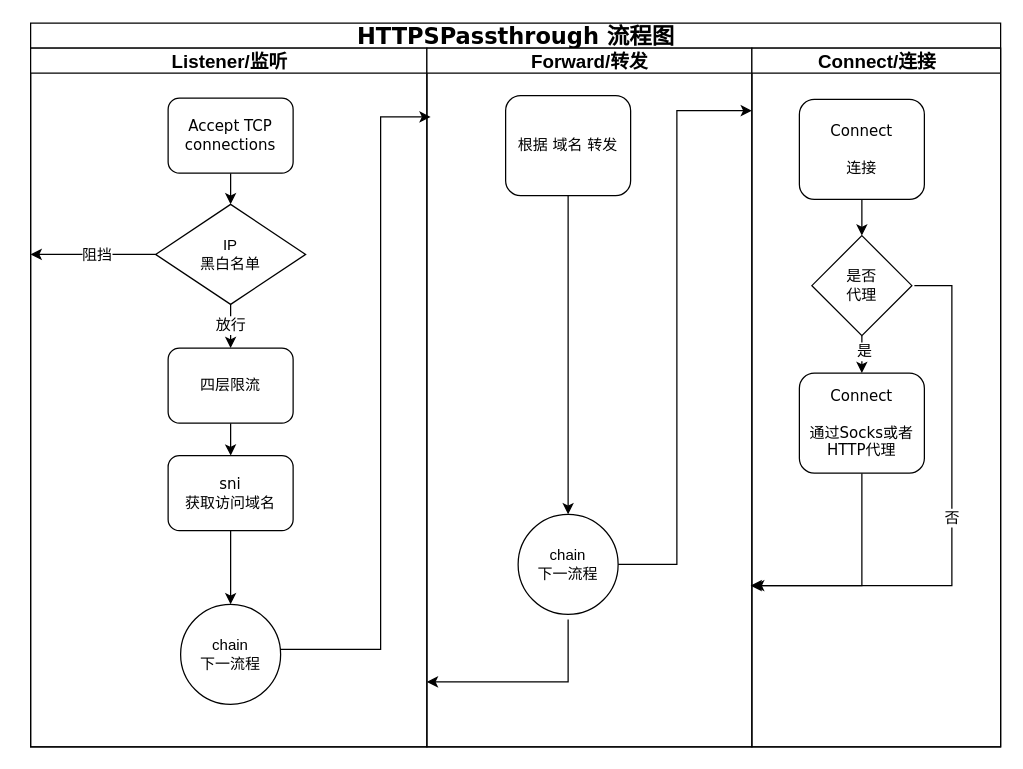
flomesh-io/fgw keeps this draw.io diagram as docs/flowchart/drawio/HTTPSPassthrough.drawio. Above is the earlier version. Source tidied: cells renumbered, new cells numbered last; positions are measured from the earlier drawing's top-left corner, leaving out a move shared by most shapes. Both pictures are drawn from the tidied source at 125%, with x=0, y=0 at pixel (30, 22).
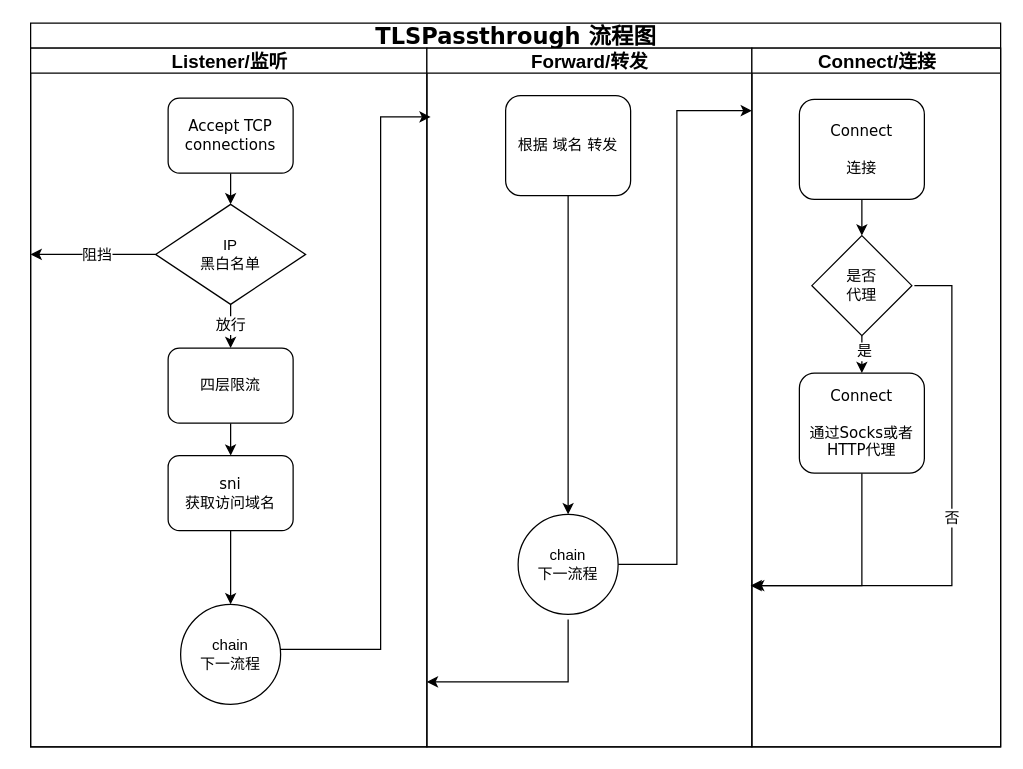
Above is the later version.

Diff of the diagram source:
```diff
@@
-    <mxCell id="2" value="&lt;font style=&quot;font-size: 18px;&quot;&gt;HTTPSPassthrough 流程图&lt;/font&gt;" style="swimlane;html=1;startSize=20;rounded=0;shadow=0;labelBackgroundColor=none;strokeWidth=1;fontFamily=Verdana;fontSize=18;align=center;" parent="1" vertex="1">
+    <mxCell id="2" value="&lt;font style=&quot;font-size: 18px;&quot;&gt;TLSPassthrough 流程图&lt;/font&gt;" style="swimlane;html=1;startSize=20;rounded=0;shadow=0;labelBackgroundColor=none;strokeWidth=1;fontFamily=Verdana;fontSize=18;align=center;" parent="1" vertex="1">
       <mxGeometry width="776" height="579" as="geometry" />
     </mxCell>
```
